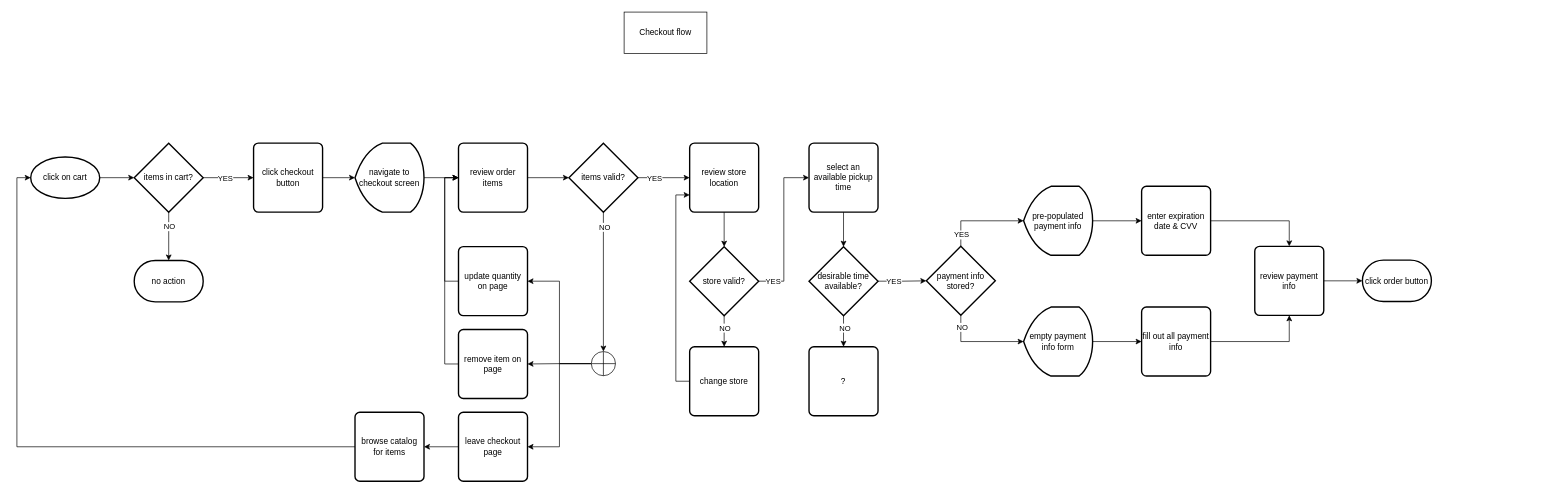
The draw.io diagram page "checkout journey" (1 of 2) of grocery store project journeys.drawio in nick-esqueda/draw.io-diagrams, before the edit. Source tidied: cells renumbered, new cells numbered last; positions are measured from the earlier drawing's top-left corner, leaving out a move shared by most shapes. Both pictures are drawn from the tidied source at 69%, with x=0, y=0 at pixel (30, 12).
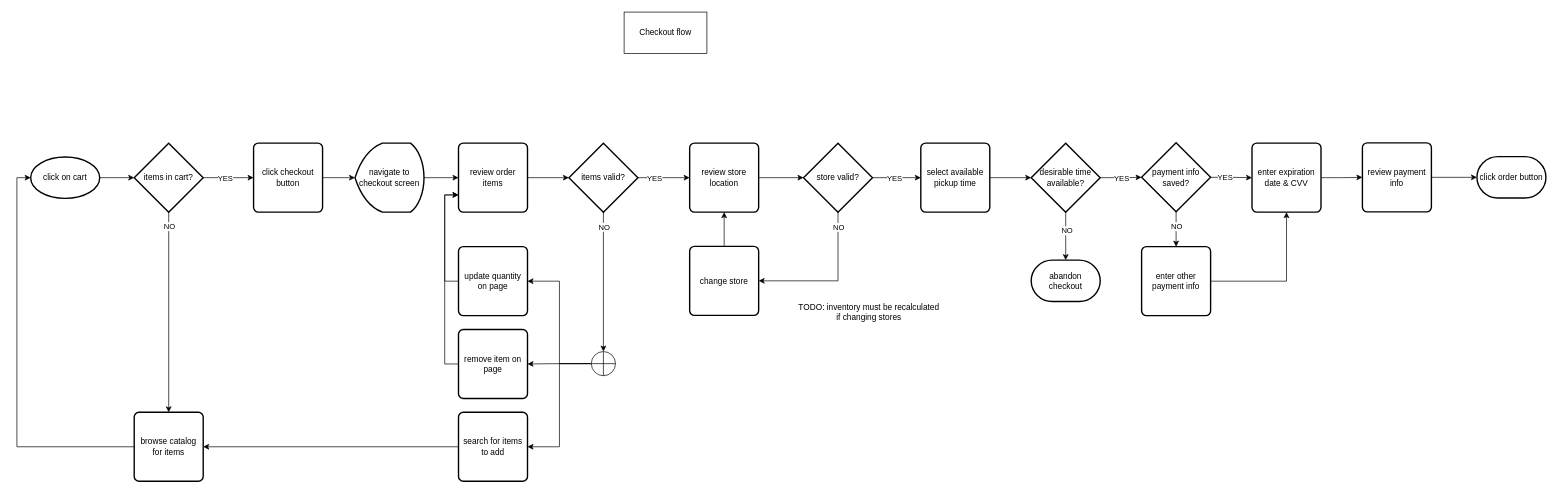
The same diagram, later.

The change refers to these unchanged cells:
```xml
<mxCell id="4" value="items in cart?" style="strokeWidth=2;html=1;shape=mxgraph.flowchart.decision;whiteSpace=wrap;" parent="1" vertex="1">
  <mxGeometry x="150" y="190" width="100" height="100" as="geometry" />
</mxCell>
<mxCell id="12" value="review order items" style="rounded=1;whiteSpace=wrap;html=1;absoluteArcSize=1;arcSize=14;strokeWidth=2;" parent="1" vertex="1">
  <mxGeometry x="620" y="190" width="100" height="100" as="geometry" />
</mxCell>
<mxCell id="13" value="review store location" style="rounded=1;whiteSpace=wrap;html=1;absoluteArcSize=1;arcSize=14;strokeWidth=2;" parent="1" vertex="1">
  <mxGeometry x="955" y="190" width="100" height="100" as="geometry" />
</mxCell>
<mxCell id="19" style="edgeStyle=orthogonalEdgeStyle;rounded=0;jettySize=auto;html=1;exitX=1;exitY=0.5;exitDx=0;exitDy=0;exitPerimeter=0;entryX=0;entryY=0.5;entryDx=0;entryDy=0;" parent="1" edge="1" source="23" target="26">
  <mxGeometry relative="1" as="geometry" />
</mxCell>
<mxCell id="49" value="update quantity on page" style="rounded=1;whiteSpace=wrap;html=1;absoluteArcSize=1;arcSize=14;strokeWidth=2;" parent="1" vertex="1">
  <mxGeometry x="620" y="340" width="100" height="100" as="geometry" />
</mxCell>
<mxCell id="57" value="remove item on page" style="rounded=1;whiteSpace=wrap;html=1;absoluteArcSize=1;arcSize=14;strokeWidth=2;" parent="1" vertex="1">
  <mxGeometry x="620" y="460" width="100" height="100" as="geometry" />
</mxCell>
<mxCell id="60" style="edgeStyle=orthogonalEdgeStyle;rounded=0;jettySize=auto;html=1;exitX=0.5;exitY=1;exitDx=0;exitDy=0;exitPerimeter=0;entryX=0.5;entryY=0;entryDx=0;entryDy=0;entryPerimeter=0;" parent="1" edge="1" source="16" target="55">
  <mxGeometry relative="1" as="geometry" />
</mxCell>
<mxCell id="65" style="edgeStyle=orthogonalEdgeStyle;rounded=0;jettySize=auto;html=1;exitX=1;exitY=0.5;exitDx=0;exitDy=0;exitPerimeter=0;entryX=0;entryY=0.5;entryDx=0;entryDy=0;entryPerimeter=0;" parent="1" edge="1" source="29" target="33">
  <mxGeometry relative="1" as="geometry" />
</mxCell>
```

The edit, as a diff of the source:
```diff
@@
-    <mxCell id="17" style="edgeStyle=orthogonalEdgeStyle;rounded=0;jettySize=auto;html=1;exitX=0;exitY=0.5;exitDx=0;exitDy=0;entryX=0;entryY=0.75;entryDx=0;entryDy=0;" parent="1" edge="1" source="18" target="13">
+    <mxCell id="17" style="edgeStyle=orthogonalEdgeStyle;rounded=0;jettySize=auto;html=1;" parent="1" edge="1" source="18" target="13">
       <mxGeometry relative="1" as="geometry" />
     </mxCell>
     <mxCell id="18" value="change store" style="rounded=1;whiteSpace=wrap;html=1;absoluteArcSize=1;arcSize=14;strokeWidth=2;" parent="1" vertex="1">
-      <mxGeometry x="955" y="485" width="100" height="100" as="geometry" />
+      <mxGeometry x="955" y="339.5" width="100" height="100" as="geometry" />
     </mxCell>
@@
     <mxCell id="20" value="YES" style="edgeLabel;html=1;align=center;verticalAlign=middle;" parent="19" vertex="1">
       <mxGeometry x="-0.81" y="-2" relative="1" as="geometry">
-        <mxPoint x="-1" y="-3" as="offset" />
+        <mxPoint x="24" y="-2" as="offset" />
       </mxGeometry>
     </mxCell>
-    <mxCell id="21" style="edgeStyle=orthogonalEdgeStyle;rounded=0;jettySize=auto;html=1;exitX=0.5;exitY=1;exitDx=0;exitDy=0;exitPerimeter=0;entryX=0.5;entryY=0;entryDx=0;entryDy=0;" parent="1" edge="1" source="23" target="18">
+    <mxCell id="21" style="edgeStyle=orthogonalEdgeStyle;rounded=0;jettySize=auto;html=1;exitX=0.5;exitY=1;exitDx=0;exitDy=0;exitPerimeter=0;entryX=1;entryY=0.5;entryDx=0;entryDy=0;" parent="1" edge="1" source="23" target="18">
       <mxGeometry relative="1" as="geometry" />
     </mxCell>
     <mxCell id="22" value="NO" style="edgeLabel;html=1;align=center;verticalAlign=middle;" parent="21" vertex="1">
-      <mxGeometry x="-0.24" relative="1" as="geometry" />
+      <mxGeometry x="-0.24" relative="1" as="geometry">
+        <mxPoint y="-61" as="offset" />
+      </mxGeometry>
     </mxCell>
     <mxCell id="23" value="store valid?" style="strokeWidth=2;html=1;shape=mxgraph.flowchart.decision;whiteSpace=wrap;" parent="1" vertex="1">
-      <mxGeometry x="955" y="340" width="100" height="100" as="geometry" />
+      <mxGeometry x="1120" y="190" width="100" height="100" as="geometry" />
     </mxCell>
-    <mxCell id="24" style="edgeStyle=orthogonalEdgeStyle;rounded=0;jettySize=auto;html=1;exitX=0.5;exitY=1;exitDx=0;exitDy=0;entryX=0.5;entryY=0;entryDx=0;entryDy=0;entryPerimeter=0;" parent="1" edge="1" source="13" target="23">
+    <mxCell id="24" style="edgeStyle=orthogonalEdgeStyle;rounded=0;jettySize=auto;html=1;exitX=1;exitY=0.5;exitDx=0;exitDy=0;entryX=0;entryY=0.5;entryDx=0;entryDy=0;entryPerimeter=0;" parent="1" edge="1" source="13" target="23">
       <mxGeometry relative="1" as="geometry" />
     </mxCell>
-    <mxCell id="25" value="?" style="rounded=1;whiteSpace=wrap;html=1;absoluteArcSize=1;arcSize=14;strokeWidth=2;" parent="1" vertex="1">
-      <mxGeometry x="1128" y="485" width="100" height="100" as="geometry" />
-    </mxCell>
+    <mxCell id="30" style="edgeStyle=orthogonalEdgeStyle;rounded=0;jettySize=auto;html=1;" parent="1" edge="1" source="26" target="29">
+      <mxGeometry relative="1" as="geometry" />
+    </mxCell>
-    <mxCell id="26" value="select an available pickup time" style="rounded=1;whiteSpace=wrap;html=1;absoluteArcSize=1;arcSize=14;strokeWidth=2;" parent="1" vertex="1">
-      <mxGeometry x="1128" y="190" width="100" height="100" as="geometry" />
+    <mxCell id="26" value="select available pickup time" style="rounded=1;whiteSpace=wrap;html=1;absoluteArcSize=1;arcSize=14;strokeWidth=2;" parent="1" vertex="1">
+      <mxGeometry x="1290" y="190" width="100" height="100" as="geometry" />
     </mxCell>
-    <mxCell id="27" style="edgeStyle=orthogonalEdgeStyle;rounded=0;jettySize=auto;html=1;exitX=0.5;exitY=1;exitDx=0;exitDy=0;exitPerimeter=0;entryX=0.5;entryY=0;entryDx=0;entryDy=0;" parent="1" edge="1" source="29" target="25">
+    <mxCell id="27" style="edgeStyle=orthogonalEdgeStyle;rounded=0;jettySize=auto;html=1;exitX=0.5;exitY=1;exitDx=0;exitDy=0;exitPerimeter=0;entryX=0.5;entryY=0;entryDx=0;entryDy=0;entryPerimeter=0;" parent="1" edge="1" source="29" target="67">
       <mxGeometry relative="1" as="geometry" />
     </mxCell>
@@
     <mxCell id="29" value="desirable time available?" style="strokeWidth=2;html=1;shape=mxgraph.flowchart.decision;whiteSpace=wrap;" parent="1" vertex="1">
-      <mxGeometry x="1128" y="340" width="100" height="100" as="geometry" />
+      <mxGeometry x="1450" y="190" width="100" height="100" as="geometry" />
     </mxCell>
-    <mxCell id="30" style="edgeStyle=orthogonalEdgeStyle;rounded=0;jettySize=auto;html=1;exitX=0.5;exitY=1;exitDx=0;exitDy=0;entryX=0.5;entryY=0;entryDx=0;entryDy=0;entryPerimeter=0;" parent="1" edge="1" source="26" target="29">
-      <mxGeometry relative="1" as="geometry" />
-    </mxCell>
-    <mxCell id="31" style="edgeStyle=orthogonalEdgeStyle;rounded=0;jettySize=auto;html=1;exitX=0.5;exitY=0;exitDx=0;exitDy=0;exitPerimeter=0;" parent="1" edge="1" source="33" target="35">
+    <mxCell id="31" style="edgeStyle=orthogonalEdgeStyle;rounded=0;jettySize=auto;html=1;exitX=1;exitY=0.5;exitDx=0;exitDy=0;exitPerimeter=0;entryX=0;entryY=0.5;entryDx=0;entryDy=0;" parent="1" edge="1" source="33" target="45">
       <mxGeometry relative="1" as="geometry" />
     </mxCell>
     <mxCell id="32" value="YES" style="edgeLabel;html=1;align=center;verticalAlign=middle;" parent="31" vertex="1">
-      <mxGeometry x="-0.74" relative="1" as="geometry" />
+      <mxGeometry x="-0.74" relative="1" as="geometry">
+        <mxPoint x="12" as="offset" />
+      </mxGeometry>
     </mxCell>
-    <mxCell id="33" value="payment info stored?" style="strokeWidth=2;html=1;shape=mxgraph.flowchart.decision;whiteSpace=wrap;" parent="1" vertex="1">
-      <mxGeometry x="1298" y="339.5" width="100" height="100" as="geometry" />
+    <mxCell id="33" value="payment info saved?" style="strokeWidth=2;html=1;shape=mxgraph.flowchart.decision;whiteSpace=wrap;" parent="1" vertex="1">
+      <mxGeometry x="1610" y="189.5" width="100" height="100" as="geometry" />
     </mxCell>
-    <mxCell id="34" style="edgeStyle=orthogonalEdgeStyle;rounded=0;jettySize=auto;html=1;exitX=1;exitY=0.5;exitDx=0;exitDy=0;exitPerimeter=0;entryX=0;entryY=0.5;entryDx=0;entryDy=0;" parent="1" edge="1" source="35" target="45">
-      <mxGeometry relative="1" as="geometry" />
-    </mxCell>
-    <mxCell id="35" value="pre-populated payment info" style="rounded=1;whiteSpace=wrap;html=1;absoluteArcSize=1;arcSize=14;strokeWidth=2;shape=mxgraph.flowchart.display;" parent="1" vertex="1">
-      <mxGeometry x="1439" y="252.5" width="100" height="100" as="geometry" />
-    </mxCell>
-    <mxCell id="36" style="edgeStyle=orthogonalEdgeStyle;rounded=0;jettySize=auto;html=1;exitX=1;exitY=0.5;exitDx=0;exitDy=0;exitPerimeter=0;entryX=0;entryY=0.5;entryDx=0;entryDy=0;" parent="1" edge="1" source="37" target="41">
-      <mxGeometry relative="1" as="geometry" />
-    </mxCell>
-    <mxCell id="37" value="empty payment info form" style="rounded=1;whiteSpace=wrap;html=1;absoluteArcSize=1;arcSize=14;strokeWidth=2;shape=mxgraph.flowchart.display;" parent="1" vertex="1">
-      <mxGeometry x="1439" y="427.5" width="100" height="100" as="geometry" />
-    </mxCell>
-    <mxCell id="38" style="edgeStyle=orthogonalEdgeStyle;rounded=0;jettySize=auto;html=1;exitX=0.5;exitY=1;exitDx=0;exitDy=0;exitPerimeter=0;entryX=0;entryY=0.5;entryDx=0;entryDy=0;entryPerimeter=0;" parent="1" edge="1" source="33" target="37">
+    <mxCell id="38" style="edgeStyle=orthogonalEdgeStyle;rounded=0;jettySize=auto;html=1;exitX=0.5;exitY=1;exitDx=0;exitDy=0;exitPerimeter=0;entryX=0.5;entryY=0;entryDx=0;entryDy=0;" parent="1" edge="1" source="33" target="41">
       <mxGeometry relative="1" as="geometry" />
     </mxCell>
     <mxCell id="39" value="NO" style="edgeLabel;html=1;align=center;verticalAlign=middle;" parent="38" vertex="1">
-      <mxGeometry x="-0.74" y="1" relative="1" as="geometry" />
+      <mxGeometry x="-0.74" y="1" relative="1" as="geometry">
+        <mxPoint x="-1" y="14" as="offset" />
+      </mxGeometry>
     </mxCell>
-    <mxCell id="40" style="edgeStyle=orthogonalEdgeStyle;rounded=0;jettySize=auto;html=1;exitX=1;exitY=0.5;exitDx=0;exitDy=0;entryX=0.5;entryY=1;entryDx=0;entryDy=0;" parent="1" edge="1" source="41" target="43">
+    <mxCell id="40" style="edgeStyle=orthogonalEdgeStyle;rounded=0;jettySize=auto;html=1;exitX=1;exitY=0.5;exitDx=0;exitDy=0;entryX=0.5;entryY=1;entryDx=0;entryDy=0;" parent="1" edge="1" source="41" target="45">
       <mxGeometry relative="1" as="geometry" />
     </mxCell>
-    <mxCell id="41" value="fill out all payment info" style="rounded=1;whiteSpace=wrap;html=1;absoluteArcSize=1;arcSize=14;strokeWidth=2;" parent="1" vertex="1">
-      <mxGeometry x="1610" y="427.5" width="100" height="100" as="geometry" />
+    <mxCell id="41" value="enter other payment info" style="rounded=1;whiteSpace=wrap;html=1;absoluteArcSize=1;arcSize=14;strokeWidth=2;" parent="1" vertex="1">
+      <mxGeometry x="1610" y="340" width="100" height="100" as="geometry" />
     </mxCell>
@@
     <mxCell id="43" value="review payment info" style="rounded=1;whiteSpace=wrap;html=1;absoluteArcSize=1;arcSize=14;strokeWidth=2;" parent="1" vertex="1">
-      <mxGeometry x="1774" y="339.5" width="100" height="100" as="geometry" />
+      <mxGeometry x="1930" y="189.5" width="100" height="100" as="geometry" />
     </mxCell>
-    <mxCell id="44" style="edgeStyle=orthogonalEdgeStyle;rounded=0;jettySize=auto;html=1;exitX=1;exitY=0.5;exitDx=0;exitDy=0;entryX=0.5;entryY=0;entryDx=0;entryDy=0;" parent="1" edge="1" source="45" target="43">
+    <mxCell id="44" style="edgeStyle=orthogonalEdgeStyle;rounded=0;jettySize=auto;html=1;exitX=1;exitY=0.5;exitDx=0;exitDy=0;entryX=0;entryY=0.5;entryDx=0;entryDy=0;" parent="1" edge="1" source="45" target="43">
       <mxGeometry relative="1" as="geometry" />
     </mxCell>
     <mxCell id="45" value="enter expiration date &amp;amp; CVV" style="rounded=1;whiteSpace=wrap;html=1;absoluteArcSize=1;arcSize=14;strokeWidth=2;" parent="1" vertex="1">
-      <mxGeometry x="1610" y="252.5" width="100" height="100" as="geometry" />
+      <mxGeometry x="1770" y="190" width="100" height="100" as="geometry" />
     </mxCell>
     <mxCell id="46" value="click order button" style="strokeWidth=2;html=1;shape=mxgraph.flowchart.terminator;whiteSpace=wrap;" parent="1" vertex="1">
-      <mxGeometry x="1930" y="359.5" width="100" height="60" as="geometry" />
+      <mxGeometry x="2096" y="209.5" width="100" height="60" as="geometry" />
     </mxCell>
-    <mxCell id="47" value="no action" style="strokeWidth=2;html=1;shape=mxgraph.flowchart.terminator;whiteSpace=wrap;" parent="1" vertex="1">
-      <mxGeometry x="150" y="360" width="100" height="60" as="geometry" />
-    </mxCell>
-    <mxCell id="48" style="edgeStyle=orthogonalEdgeStyle;rounded=0;jettySize=auto;html=1;exitX=0;exitY=0.5;exitDx=0;exitDy=0;entryX=0;entryY=0.5;entryDx=0;entryDy=0;" parent="1" edge="1" source="49" target="12">
+    <mxCell id="48" style="edgeStyle=orthogonalEdgeStyle;rounded=0;jettySize=auto;html=1;exitX=0;exitY=0.5;exitDx=0;exitDy=0;entryX=0;entryY=0.75;entryDx=0;entryDy=0;" parent="1" edge="1" source="49" target="12">
       <mxGeometry relative="1" as="geometry" />
     </mxCell>
@@
-    <mxCell id="51" value="leave checkout page" style="rounded=1;whiteSpace=wrap;html=1;absoluteArcSize=1;arcSize=14;strokeWidth=2;" parent="1" vertex="1">
+    <mxCell id="51" value="search for items to add" style="rounded=1;whiteSpace=wrap;html=1;absoluteArcSize=1;arcSize=14;strokeWidth=2;" parent="1" vertex="1">
       <mxGeometry x="620" y="580" width="100" height="100" as="geometry" />
     </mxCell>
@@
-    <mxCell id="56" style="edgeStyle=orthogonalEdgeStyle;rounded=0;jettySize=auto;html=1;exitX=0;exitY=0.5;exitDx=0;exitDy=0;entryX=0;entryY=0.5;entryDx=0;entryDy=0;" parent="1" edge="1" source="57" target="12">
+    <mxCell id="56" style="edgeStyle=orthogonalEdgeStyle;rounded=0;jettySize=auto;html=1;exitX=0;exitY=0.5;exitDx=0;exitDy=0;entryX=0;entryY=0.75;entryDx=0;entryDy=0;" parent="1" edge="1" source="57" target="12">
       <mxGeometry relative="1" as="geometry" />
     </mxCell>
@@
     <mxCell id="61" value="NO" style="edgeLabel;html=1;align=center;verticalAlign=middle;" parent="60" vertex="1">
-      <mxGeometry x="-0.79" y="1" relative="1" as="geometry" />
+      <mxGeometry x="-0.79" y="1" relative="1" as="geometry">
+        <mxPoint x="-1" as="offset" />
+      </mxGeometry>
     </mxCell>
     <mxCell id="62" value="browse catalog for items" style="rounded=1;whiteSpace=wrap;html=1;absoluteArcSize=1;arcSize=14;strokeWidth=2;" parent="1" vertex="1">
-      <mxGeometry x="470" y="580" width="100" height="100" as="geometry" />
+      <mxGeometry x="150" y="580" width="100" height="100" as="geometry" />
     </mxCell>
-    <mxCell id="63" style="edgeStyle=orthogonalEdgeStyle;rounded=0;jettySize=auto;html=1;exitX=0.5;exitY=1;exitDx=0;exitDy=0;exitPerimeter=0;entryX=0.5;entryY=0;entryDx=0;entryDy=0;entryPerimeter=0;" parent="1" edge="1" source="4" target="47">
+    <mxCell id="63" style="edgeStyle=orthogonalEdgeStyle;rounded=0;jettySize=auto;html=1;exitX=0.5;exitY=1;exitDx=0;exitDy=0;exitPerimeter=0;entryX=0.5;entryY=0;entryDx=0;entryDy=0;" parent="1" edge="1" source="4" target="62">
       <mxGeometry relative="1" as="geometry" />
     </mxCell>
     <mxCell id="64" value="NO" style="edgeLabel;html=1;align=center;verticalAlign=middle;" parent="63" vertex="1">
-      <mxGeometry x="-0.42" relative="1" as="geometry" />
+      <mxGeometry x="-0.42" relative="1" as="geometry">
+        <mxPoint y="-64" as="offset" />
+      </mxGeometry>
     </mxCell>
@@
     <mxCell id="66" value="YES" style="edgeLabel;html=1;align=center;verticalAlign=middle;" parent="65" vertex="1">
       <mxGeometry x="-0.46" y="-3" relative="1" as="geometry">
-        <mxPoint x="3" y="-4" as="offset" />
+        <mxPoint x="14" y="-3" as="offset" />
       </mxGeometry>
     </mxCell>
+    <mxCell id="67" value="abandon checkout" style="strokeWidth=2;html=1;shape=mxgraph.flowchart.terminator;whiteSpace=wrap;" parent="1" vertex="1">
+      <mxGeometry x="1450" y="359.5" width="100" height="60" as="geometry" />
+    </mxCell>
+    <mxCell id="68" value="TODO: inventory must be recalculated if changing stores" style="text;html=1;align=center;verticalAlign=middle;whiteSpace=wrap;rounded=0;" parent="1" vertex="1">
+      <mxGeometry x="1110" y="400" width="210" height="70" as="geometry" />
+    </mxCell>
```
